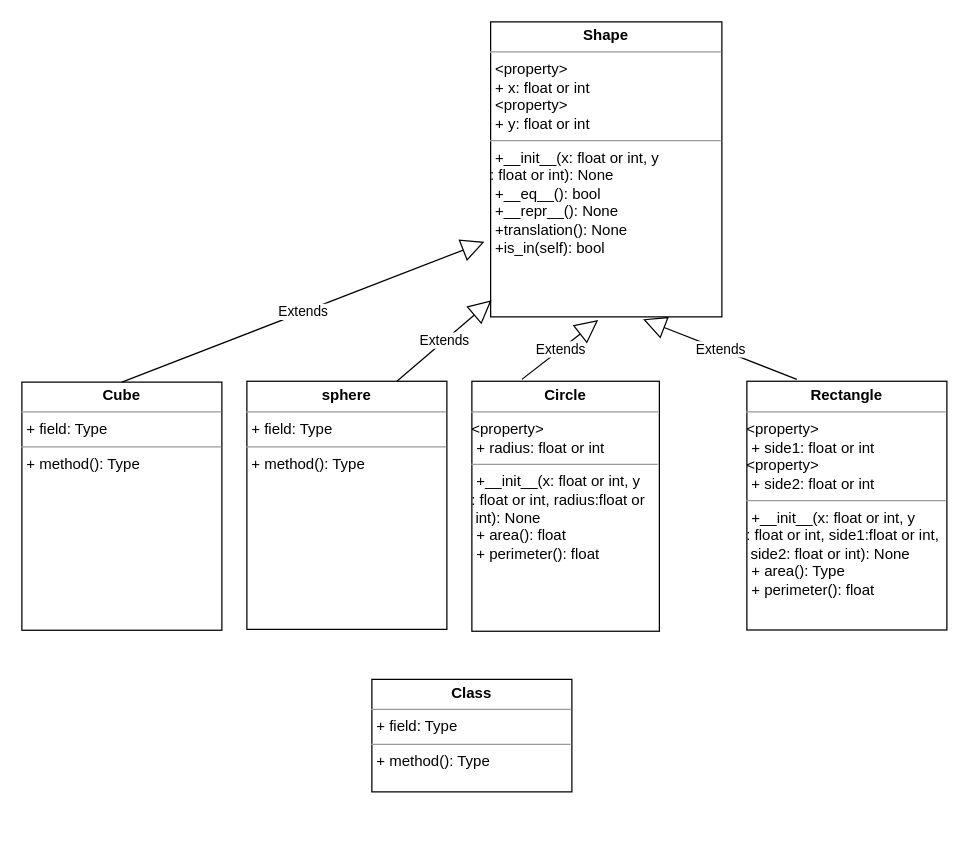
This is Labs/Lab3.geometry-OOP/geometry-OOP-UML.drawio from yuna-liu/python-programming-Yuna-Liu, a draw.io file, before an edit. Source tidied: cells renumbered, new cells numbered last; positions are measured from the earlier drawing's top-left corner, leaving out a move shared by most shapes. Both pictures are drawn from the tidied source at 125%, with x=0, y=0 at pixel (21, 21).
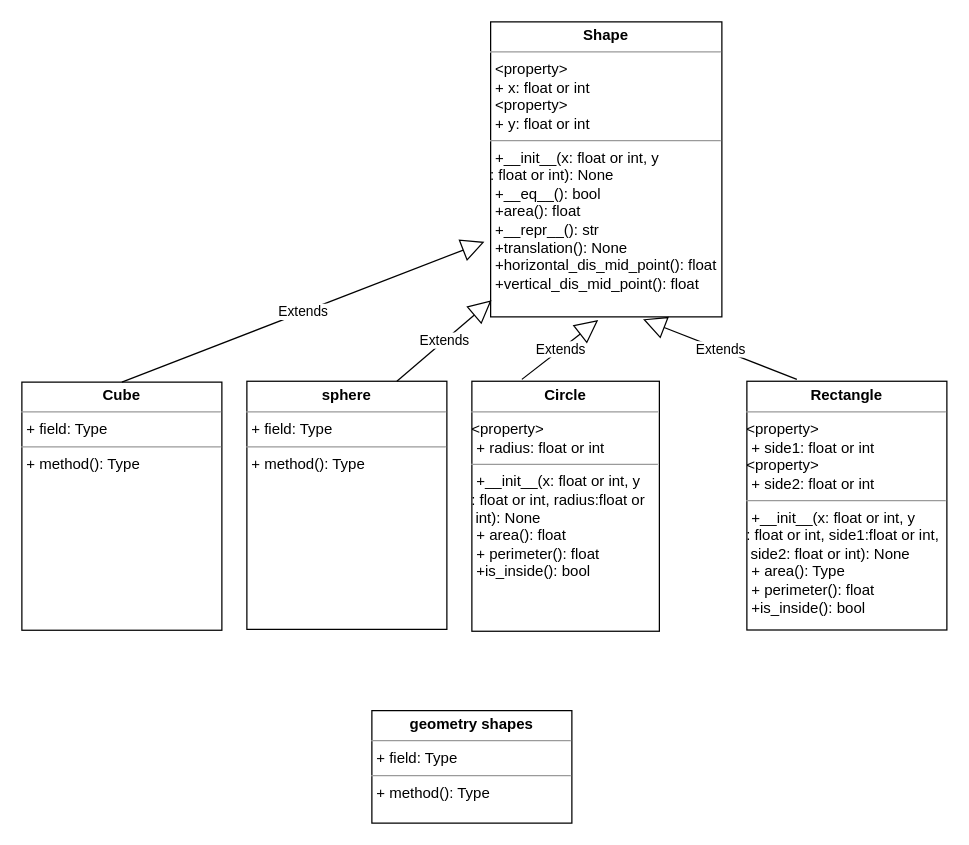
Above is the later version.

What changed in the source:
```diff
@@
 <mxGraphModel>
   <root>
     <mxCell id="0" />
     <mxCell id="1" parent="0" />
-    <mxCell id="2" value="&lt;p style=&quot;margin: 0px ; margin-top: 4px ; text-align: center&quot;&gt;&lt;b&gt;Circle&lt;/b&gt;&lt;/p&gt;&lt;hr size=&quot;1&quot;&gt;&amp;lt;property&amp;gt;&lt;p style=&quot;margin: 0px ; margin-left: 4px&quot;&gt;&lt;span&gt;+ radius: float or int&lt;/span&gt;&lt;br&gt;&lt;/p&gt;&lt;hr size=&quot;1&quot;&gt;&lt;p style=&quot;margin: 0px 0px 0px 4px&quot;&gt;+__init__(x: float or int, y&lt;/p&gt;: float or int, radius:float or&lt;br&gt;&amp;nbsp;int): None&lt;br&gt;&lt;p style=&quot;margin: 0px ; margin-left: 4px&quot;&gt;+ area(): float&lt;/p&gt;&lt;p style=&quot;margin: 0px ; margin-left: 4px&quot;&gt;+ perimeter(): float&lt;/p&gt;" style="verticalAlign=top;align=left;overflow=fill;fontSize=12;fontFamily=Helvetica;html=1;" parent="1" vertex="1">
+    <mxCell id="2" value="&lt;p style=&quot;margin: 0px ; margin-top: 4px ; text-align: center&quot;&gt;&lt;b&gt;Circle&lt;/b&gt;&lt;/p&gt;&lt;hr size=&quot;1&quot;&gt;&amp;lt;property&amp;gt;&lt;p style=&quot;margin: 0px ; margin-left: 4px&quot;&gt;&lt;span&gt;+ radius: float or int&lt;/span&gt;&lt;br&gt;&lt;/p&gt;&lt;hr size=&quot;1&quot;&gt;&lt;p style=&quot;margin: 0px 0px 0px 4px&quot;&gt;+__init__(x: float or int, y&lt;/p&gt;: float or int, radius:float or&lt;br&gt;&amp;nbsp;int): None&lt;br&gt;&lt;p style=&quot;margin: 0px ; margin-left: 4px&quot;&gt;+ area(): float&lt;/p&gt;&lt;p style=&quot;margin: 0px ; margin-left: 4px&quot;&gt;+ perimeter(): float&lt;/p&gt;&lt;p style=&quot;margin: 0px ; margin-left: 4px&quot;&gt;+is_inside(): bool&lt;br&gt;&lt;/p&gt;" style="verticalAlign=top;align=left;overflow=fill;fontSize=12;fontFamily=Helvetica;html=1;" parent="1" vertex="1">
       <mxGeometry x="360" y="287.5" width="150" height="200" as="geometry" />
     </mxCell>
-    <mxCell id="3" value="&lt;p style=&quot;margin: 0px ; margin-top: 4px ; text-align: center&quot;&gt;&lt;b&gt;Shape&lt;/b&gt;&lt;/p&gt;&lt;hr size=&quot;1&quot;&gt;&lt;p style=&quot;margin: 0px 0px 0px 4px&quot;&gt;&amp;lt;property&amp;gt;&lt;/p&gt;&lt;p style=&quot;margin: 0px 0px 0px 4px&quot;&gt;+ x: float or int&lt;/p&gt;&lt;p style=&quot;margin: 0px 0px 0px 4px&quot;&gt;&amp;lt;property&amp;gt;&lt;br&gt;&lt;/p&gt;&lt;p style=&quot;margin: 0px 0px 0px 4px&quot;&gt;+ y: float or int&lt;/p&gt;&lt;hr size=&quot;1&quot;&gt;&lt;p style=&quot;margin: 0px ; margin-left: 4px&quot;&gt;&lt;span&gt;+__init__(x: float or int, y&lt;/span&gt;&lt;/p&gt;: float or int): None&lt;p style=&quot;margin: 0px ; margin-left: 4px&quot;&gt;&lt;span&gt;+__eq__(): bool&lt;/span&gt;&lt;br&gt;&lt;/p&gt;&lt;p style=&quot;margin: 0px ; margin-left: 4px&quot;&gt;&lt;span&gt;+__repr__(): None&lt;/span&gt;&lt;/p&gt;&lt;p style=&quot;margin: 0px ; margin-left: 4px&quot;&gt;&lt;span&gt;+translation(): None&lt;/span&gt;&lt;/p&gt;&lt;p style=&quot;margin: 0px ; margin-left: 4px&quot;&gt;&lt;span&gt;+is_in(self): bool&lt;/span&gt;&lt;/p&gt;" style="verticalAlign=top;align=left;overflow=fill;fontSize=12;fontFamily=Helvetica;html=1;" parent="1" vertex="1">
+    <mxCell id="3" value="&lt;p style=&quot;margin: 0px ; margin-top: 4px ; text-align: center&quot;&gt;&lt;b&gt;Shape&lt;/b&gt;&lt;/p&gt;&lt;hr size=&quot;1&quot;&gt;&lt;p style=&quot;margin: 0px 0px 0px 4px&quot;&gt;&amp;lt;property&amp;gt;&lt;/p&gt;&lt;p style=&quot;margin: 0px 0px 0px 4px&quot;&gt;+ x: float or int&lt;/p&gt;&lt;p style=&quot;margin: 0px 0px 0px 4px&quot;&gt;&amp;lt;property&amp;gt;&lt;br&gt;&lt;/p&gt;&lt;p style=&quot;margin: 0px 0px 0px 4px&quot;&gt;+ y: float or int&lt;/p&gt;&lt;hr size=&quot;1&quot;&gt;&lt;p style=&quot;margin: 0px ; margin-left: 4px&quot;&gt;&lt;span&gt;+__init__(x: float or int, y&lt;/span&gt;&lt;/p&gt;: float or int): None&lt;p style=&quot;margin: 0px ; margin-left: 4px&quot;&gt;&lt;span&gt;+__eq__(): bool&lt;/span&gt;&lt;br&gt;&lt;/p&gt;&lt;p style=&quot;margin: 0px ; margin-left: 4px&quot;&gt;&lt;span&gt;+area(): float&lt;/span&gt;&lt;/p&gt;&lt;p style=&quot;margin: 0px ; margin-left: 4px&quot;&gt;&lt;span&gt;+__repr__(): str&lt;/span&gt;&lt;/p&gt;&lt;p style=&quot;margin: 0px ; margin-left: 4px&quot;&gt;&lt;span&gt;+translation(): None&lt;/span&gt;&lt;/p&gt;&lt;p style=&quot;margin: 0px ; margin-left: 4px&quot;&gt;&lt;span&gt;+horizontal_dis_mid_point(): float&lt;/span&gt;&lt;/p&gt;&lt;p style=&quot;margin: 0px 0px 0px 4px&quot;&gt;+vertical_dis_mid_point(): float&lt;/p&gt;&lt;p style=&quot;margin: 0px 0px 0px 4px&quot;&gt;&lt;br&gt;&lt;/p&gt;&lt;p style=&quot;margin: 0px ; margin-left: 4px&quot;&gt;&lt;br&gt;&lt;/p&gt;" style="verticalAlign=top;align=left;overflow=fill;fontSize=12;fontFamily=Helvetica;html=1;" parent="1" vertex="1">
       <mxGeometry x="375" width="185" height="236" as="geometry" />
     </mxCell>
-    <mxCell id="4" value="&lt;p style=&quot;margin: 0px ; margin-top: 4px ; text-align: center&quot;&gt;&lt;b&gt;Rectangle&lt;/b&gt;&lt;/p&gt;&lt;hr size=&quot;1&quot;&gt;&amp;lt;property&amp;gt;&lt;p style=&quot;margin: 0px ; margin-left: 4px&quot;&gt;&lt;span&gt;+ side1: float or int&lt;/span&gt;&lt;br&gt;&lt;/p&gt;&amp;lt;property&amp;gt;&lt;p style=&quot;margin: 0px ; margin-left: 4px&quot;&gt;+ side2: float or int&lt;span&gt;&lt;br&gt;&lt;/span&gt;&lt;/p&gt;&lt;hr size=&quot;1&quot;&gt;&lt;p style=&quot;margin: 0px 0px 0px 4px&quot;&gt;+__init__(x: float or int, y&lt;/p&gt;: float or int, side1:float or int,&lt;br&gt;&amp;nbsp;side2: float or int): None&lt;br&gt;&lt;p style=&quot;margin: 0px ; margin-left: 4px&quot;&gt;+ area(): Type&lt;/p&gt;&lt;p style=&quot;margin: 0px ; margin-left: 4px&quot;&gt;+ perimeter(): float&lt;br&gt;&lt;/p&gt;" style="verticalAlign=top;align=left;overflow=fill;fontSize=12;fontFamily=Helvetica;html=1;" parent="1" vertex="1">
+    <mxCell id="4" value="&lt;p style=&quot;margin: 0px ; margin-top: 4px ; text-align: center&quot;&gt;&lt;b&gt;Rectangle&lt;/b&gt;&lt;/p&gt;&lt;hr size=&quot;1&quot;&gt;&amp;lt;property&amp;gt;&lt;p style=&quot;margin: 0px ; margin-left: 4px&quot;&gt;&lt;span&gt;+ side1: float or int&lt;/span&gt;&lt;br&gt;&lt;/p&gt;&amp;lt;property&amp;gt;&lt;p style=&quot;margin: 0px ; margin-left: 4px&quot;&gt;+ side2: float or int&lt;span&gt;&lt;br&gt;&lt;/span&gt;&lt;/p&gt;&lt;hr size=&quot;1&quot;&gt;&lt;p style=&quot;margin: 0px 0px 0px 4px&quot;&gt;+__init__(x: float or int, y&lt;/p&gt;: float or int, side1:float or int,&lt;br&gt;&amp;nbsp;side2: float or int): None&lt;br&gt;&lt;p style=&quot;margin: 0px ; margin-left: 4px&quot;&gt;+ area(): Type&lt;/p&gt;&lt;p style=&quot;margin: 0px ; margin-left: 4px&quot;&gt;+ perimeter(): float&lt;br&gt;&lt;/p&gt;&lt;p style=&quot;margin: 0px ; margin-left: 4px&quot;&gt;+is_inside(): bool&lt;br&gt;&lt;/p&gt;" style="verticalAlign=top;align=left;overflow=fill;fontSize=12;fontFamily=Helvetica;html=1;" parent="1" vertex="1">
       <mxGeometry x="580" y="287.5" width="160" height="199" as="geometry" />
     </mxCell>
     <mxCell id="5" value="Extends" style="endArrow=block;endSize=16;endFill=0;html=1;entryX=0.465;entryY=1.011;entryDx=0;entryDy=0;entryPerimeter=0;" parent="1" edge="1" target="3">
       <mxGeometry relative="1" as="geometry">
         <mxPoint x="400" y="286" as="sourcePoint" />
       </mxGeometry>
     </mxCell>
     <mxCell id="6" value="Extends" style="endArrow=block;endSize=16;endFill=0;html=1;entryX=0.659;entryY=1.008;entryDx=0;entryDy=0;entryPerimeter=0;" parent="1" edge="1" target="3">
       <mxGeometry relative="1" as="geometry">
         <mxPoint x="620" y="286" as="sourcePoint" />
       </mxGeometry>
     </mxCell>
     <mxCell id="7" value="&lt;p style=&quot;margin: 0px ; margin-top: 4px ; text-align: center&quot;&gt;&lt;b&gt;sphere&lt;/b&gt;&lt;br&gt;&lt;/p&gt;&lt;hr size=&quot;1&quot;&gt;&lt;p style=&quot;margin: 0px ; margin-left: 4px&quot;&gt;+ field: Type&lt;/p&gt;&lt;hr size=&quot;1&quot;&gt;&lt;p style=&quot;margin: 0px ; margin-left: 4px&quot;&gt;+ method(): Type&lt;/p&gt;" style="verticalAlign=top;align=left;overflow=fill;fontSize=12;fontFamily=Helvetica;html=1;" parent="1" vertex="1">
       <mxGeometry x="180" y="287.5" width="160" height="198.5" as="geometry" />
     </mxCell>
     <mxCell id="8" value="&lt;p style=&quot;margin: 0px ; margin-top: 4px ; text-align: center&quot;&gt;&lt;b&gt;Cube&lt;/b&gt;&lt;/p&gt;&lt;hr size=&quot;1&quot;&gt;&lt;p style=&quot;margin: 0px ; margin-left: 4px&quot;&gt;+ field: Type&lt;/p&gt;&lt;hr size=&quot;1&quot;&gt;&lt;p style=&quot;margin: 0px ; margin-left: 4px&quot;&gt;+ method(): Type&lt;/p&gt;" style="verticalAlign=top;align=left;overflow=fill;fontSize=12;fontFamily=Helvetica;html=1;" parent="1" vertex="1">
       <mxGeometry y="288.2" width="160" height="198.5" as="geometry" />
     </mxCell>
     <mxCell id="9" value="Extends" style="endArrow=block;endSize=16;endFill=0;html=1;exitX=0.5;exitY=0;exitDx=0;exitDy=0;" parent="1" edge="1" source="8">
       <mxGeometry relative="1" as="geometry">
         <mxPoint x="370" y="176" as="targetPoint" />
       </mxGeometry>
     </mxCell>
     <mxCell id="10" value="Extends" style="endArrow=block;endSize=16;endFill=0;html=1;exitX=0.75;exitY=0;exitDx=0;exitDy=0;entryX=0.004;entryY=0.944;entryDx=0;entryDy=0;entryPerimeter=0;" parent="1" edge="1" source="7" target="3">
       <mxGeometry relative="1" as="geometry" />
     </mxCell>
-    <mxCell id="11" value="&lt;p style=&quot;margin:0px;margin-top:4px;text-align:center;&quot;&gt;&lt;b&gt;Class&lt;/b&gt;&lt;/p&gt;&lt;hr size=&quot;1&quot;/&gt;&lt;p style=&quot;margin:0px;margin-left:4px;&quot;&gt;+ field: Type&lt;/p&gt;&lt;hr size=&quot;1&quot;/&gt;&lt;p style=&quot;margin:0px;margin-left:4px;&quot;&gt;+ method(): Type&lt;/p&gt;" style="verticalAlign=top;align=left;overflow=fill;fontSize=12;fontFamily=Helvetica;html=1;" parent="1" vertex="1">
-      <mxGeometry x="280" y="526" width="160" height="90" as="geometry" />
+    <mxCell id="11" value="&lt;p style=&quot;margin: 0px ; margin-top: 4px ; text-align: center&quot;&gt;&lt;b&gt;geometry shapes&lt;/b&gt;&lt;/p&gt;&lt;hr size=&quot;1&quot;&gt;&lt;p style=&quot;margin: 0px ; margin-left: 4px&quot;&gt;+ field: Type&lt;/p&gt;&lt;hr size=&quot;1&quot;&gt;&lt;p style=&quot;margin: 0px ; margin-left: 4px&quot;&gt;+ method(): Type&lt;/p&gt;" style="verticalAlign=top;align=left;overflow=fill;fontSize=12;fontFamily=Helvetica;html=1;" parent="1" vertex="1">
+      <mxGeometry x="280" y="551" width="160" height="90" as="geometry" />
     </mxCell>
   </root>
 </mxGraphModel>
```
